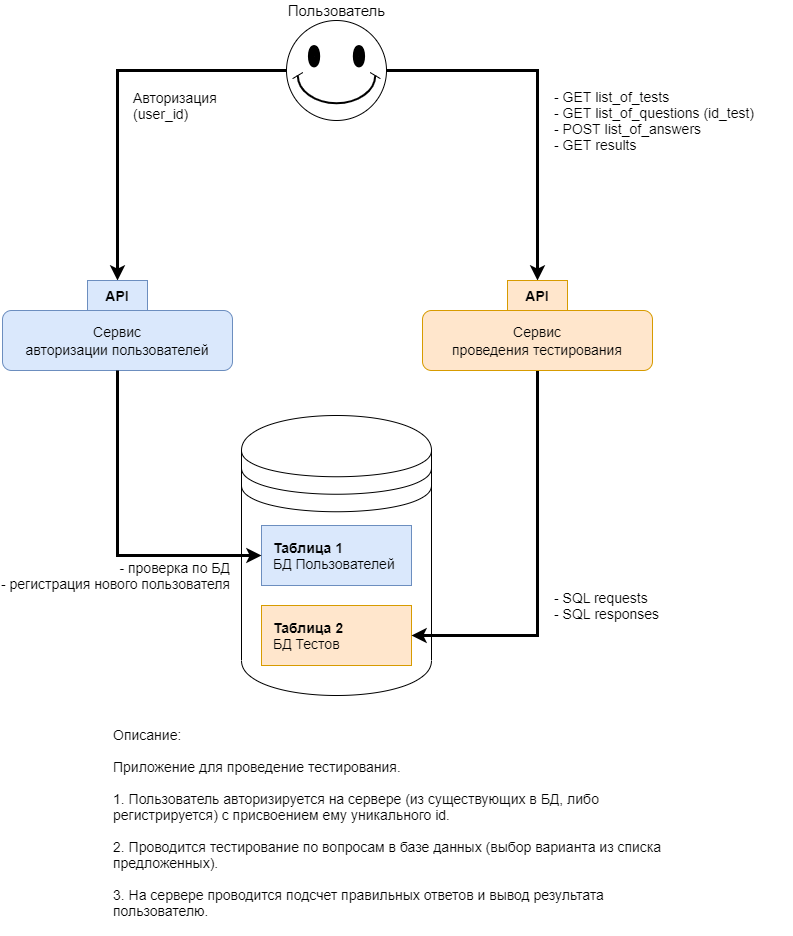
Above: images/diagram.png in konsta78/testing (draw.io), before the change. Source tidied: cells renumbered, new cells last; positions are measured from the earlier drawing's top-left corner, leaving out a move shared by most shapes.
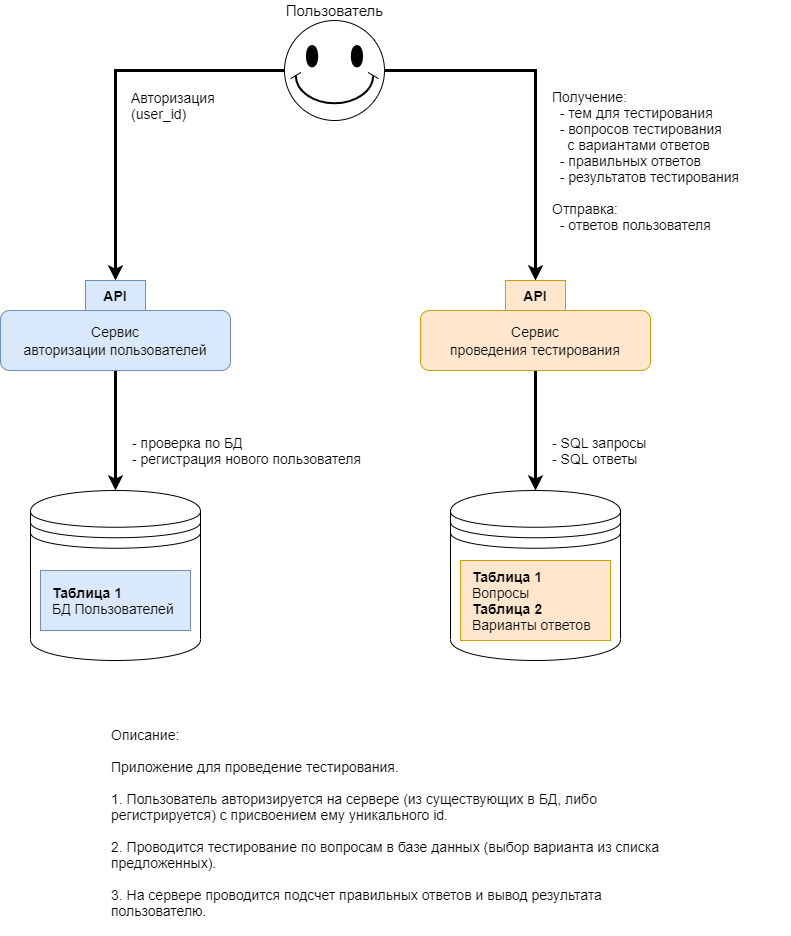
After the commit.

Commit message:
обновлена диаграмма программы

Diff of the diagram source:
```diff
@@ -2,6 +2,9 @@
   <root>
     <mxCell id="0" />
     <mxCell id="1" parent="0" />
+    <mxCell id="22" style="shape=datastore;whiteSpace=wrap;html=1;" parent="1" vertex="1">
+      <mxGeometry x="32" y="490" width="170" height="170" as="geometry" />
+    </mxCell>
     <mxCell id="2" style="edgeStyle=orthogonalEdgeStyle;rounded=0;jettySize=auto;html=1;exitX=0;exitY=0.5;exitDx=0;exitDy=0;exitPerimeter=0;entryX=0.5;entryY=0;entryDx=0;entryDy=0;strokeWidth=3;" parent="1" edge="1" source="4" target="13">
       <mxGeometry relative="1" as="geometry" />
     </mxCell>
@@ -11,6 +14,9 @@
     <mxCell id="4" style="verticalLabelPosition=bottom;verticalAlign=top;html=1;shape=mxgraph.basic.smiley;" parent="1" vertex="1">
       <mxGeometry x="286" y="20" width="100" height="100" as="geometry" />
     </mxCell>
+    <mxCell id="23" style="edgeStyle=orthogonalEdgeStyle;rounded=0;jettySize=auto;html=1;exitX=0.5;exitY=1;exitDx=0;exitDy=0;strokeWidth=3;" parent="1" edge="1" source="5" target="22">
+      <mxGeometry relative="1" as="geometry" />
+    </mxCell>
     <mxCell id="5" value="&lt;span style=&quot;font-size: 14px&quot;&gt;Сервис&lt;/span&gt;&lt;br style=&quot;font-size: 14px&quot;&gt;&lt;span style=&quot;font-size: 14px&quot;&gt;авторизации пользователей&lt;/span&gt;" style="rounded=1;whiteSpace=wrap;html=1;fillColor=#dae8fc;strokeColor=#6c8ebf;" parent="1" vertex="1">
       <mxGeometry x="2" y="310" width="230" height="60" as="geometry" />
     </mxCell>
@@ -18,19 +24,19 @@
       <mxGeometry x="281" width="110" height="20" as="geometry" />
     </mxCell>
     <mxCell id="7" style="shape=datastore;whiteSpace=wrap;html=1;" parent="1" vertex="1">
-      <mxGeometry x="241" y="415" width="190" height="280" as="geometry" />
+      <mxGeometry x="452" y="490" width="170" height="170" as="geometry" />
     </mxCell>
     <mxCell id="8" style="rounded=0;whiteSpace=wrap;html=1;fillColor=#dae8fc;strokeColor=#6c8ebf;" parent="1" vertex="1">
-      <mxGeometry x="261" y="525" width="150" height="60" as="geometry" />
+      <mxGeometry x="42" y="570" width="150" height="60" as="geometry" />
     </mxCell>
     <mxCell id="9" value="&lt;div style=&quot;font-size: 14px&quot;&gt;&lt;span&gt;&lt;b&gt;&lt;font style=&quot;font-size: 14px&quot;&gt;Таблица 1&lt;/font&gt;&lt;/b&gt;&lt;/span&gt;&lt;/div&gt;&lt;div style=&quot;font-size: 14px&quot;&gt;&lt;span&gt;&lt;font style=&quot;font-size: 14px&quot;&gt;БД Пользователей&lt;/font&gt;&lt;/span&gt;&lt;/div&gt;" style="text;html=1;strokeColor=none;fillColor=none;align=left;verticalAlign=middle;whiteSpace=wrap;rounded=0;" parent="1" vertex="1">
-      <mxGeometry x="271" y="535" width="130" height="40" as="geometry" />
+      <mxGeometry x="52" y="580" width="130" height="40" as="geometry" />
     </mxCell>
     <mxCell id="10" style="rounded=0;whiteSpace=wrap;html=1;fillColor=#ffe6cc;strokeColor=#d79b00;" parent="1" vertex="1">
-      <mxGeometry x="261" y="605" width="150" height="60" as="geometry" />
+      <mxGeometry x="462" y="560" width="150" height="80" as="geometry" />
     </mxCell>
-    <mxCell id="11" value="&lt;div style=&quot;font-size: 14px&quot;&gt;&lt;span&gt;&lt;b&gt;&lt;font style=&quot;font-size: 14px&quot;&gt;Таблица 2&lt;/font&gt;&lt;/b&gt;&lt;/span&gt;&lt;/div&gt;&lt;div style=&quot;font-size: 14px&quot;&gt;&lt;span&gt;&lt;font style=&quot;font-size: 14px&quot;&gt;БД Тестов&lt;/font&gt;&lt;/span&gt;&lt;/div&gt;" style="text;html=1;strokeColor=none;fillColor=none;align=left;verticalAlign=middle;whiteSpace=wrap;rounded=0;" parent="1" vertex="1">
-      <mxGeometry x="271" y="615" width="130" height="40" as="geometry" />
+    <mxCell id="11" value="&lt;div style=&quot;font-size: 14px&quot;&gt;&lt;span&gt;&lt;b&gt;&lt;font style=&quot;font-size: 14px&quot;&gt;Таблица 1&lt;/font&gt;&lt;/b&gt;&lt;/span&gt;&lt;/div&gt;&lt;div style=&quot;font-size: 14px&quot;&gt;Вопросы&lt;/div&gt;&lt;div style=&quot;font-size: 14px&quot;&gt;&lt;div&gt;&lt;b&gt;Таблица 2&lt;/b&gt;&lt;/div&gt;&lt;div&gt;Варианты ответов&lt;/div&gt;&lt;/div&gt;" style="text;html=1;strokeColor=none;fillColor=none;align=left;verticalAlign=middle;whiteSpace=wrap;rounded=0;" parent="1" vertex="1">
+      <mxGeometry x="472" y="565" width="130" height="70" as="geometry" />
     </mxCell>
     <mxCell id="12" value="&lt;span style=&quot;font-size: 14px&quot;&gt;Описание:&lt;br&gt;&lt;br&gt;Приложение для проведение тестирования. &lt;br&gt;&lt;br&gt;1. Пользователь авторизируется на сервере (из существующих в БД, либо регистрируется) с присвоением ему уникального id.&lt;br&gt;&lt;br&gt;2. Проводится тестирование по вопросам в базе данных (выбор варианта из списка предложенных).&amp;nbsp;&lt;br&gt;&lt;br&gt;3. На сервере проводится подсчет правильных ответов и вывод результата пользователю.&lt;br&gt;&lt;br&gt;&lt;/span&gt;" style="text;html=1;strokeColor=none;fillColor=none;align=left;verticalAlign=top;whiteSpace=wrap;rounded=0;" parent="1" vertex="1">
       <mxGeometry x="111" y="720" width="570" height="210" as="geometry" />
@@ -38,29 +44,26 @@
     <mxCell id="13" value="&lt;font style=&quot;font-size: 14px&quot;&gt;&lt;b&gt;API&lt;/b&gt;&lt;/font&gt;" style="rounded=0;whiteSpace=wrap;html=1;fillColor=#dae8fc;strokeColor=#6c8ebf;" parent="1" vertex="1">
       <mxGeometry x="87" y="280" width="60" height="30" as="geometry" />
     </mxCell>
-    <mxCell id="14" style="edgeStyle=orthogonalEdgeStyle;rounded=0;jettySize=auto;html=1;exitX=0.5;exitY=1;exitDx=0;exitDy=0;entryX=1;entryY=0.5;entryDx=0;entryDy=0;strokeWidth=3;" parent="1" edge="1" source="15" target="10">
-      <mxGeometry relative="1" as="geometry" />
-    </mxCell>
+    <mxCell id="24" style="edgeStyle=orthogonalEdgeStyle;rounded=0;jettySize=auto;html=1;exitX=0.5;exitY=1;exitDx=0;exitDy=0;entryX=0.5;entryY=0;entryDx=0;entryDy=0;strokeWidth=3;" parent="1" edge="1" source="15" target="7">
+      <mxGeometry relative="1" as="geometry" />
+    </mxCell>
     <mxCell id="15" value="&lt;span style=&quot;font-size: 14px&quot;&gt;Сервис&lt;/span&gt;&lt;br style=&quot;font-size: 14px&quot;&gt;&lt;span style=&quot;font-size: 14px&quot;&gt;проведения тестирования&lt;/span&gt;" style="rounded=1;whiteSpace=wrap;html=1;fillColor=#ffe6cc;strokeColor=#d79b00;" parent="1" vertex="1">
       <mxGeometry x="422" y="310" width="230" height="60" as="geometry" />
     </mxCell>
     <mxCell id="16" value="&lt;font style=&quot;font-size: 14px&quot;&gt;&lt;b&gt;API&lt;/b&gt;&lt;/font&gt;" style="rounded=0;whiteSpace=wrap;html=1;fillColor=#ffe6cc;strokeColor=#d79b00;" parent="1" vertex="1">
       <mxGeometry x="507" y="280" width="60" height="30" as="geometry" />
     </mxCell>
-    <mxCell id="17" style="edgeStyle=orthogonalEdgeStyle;rounded=0;jettySize=auto;html=1;exitX=0.5;exitY=1;exitDx=0;exitDy=0;entryX=0;entryY=0.5;entryDx=0;entryDy=0;strokeWidth=3;" parent="1" edge="1" source="5" target="8">
-      <mxGeometry relative="1" as="geometry" />
-    </mxCell>
     <mxCell id="18" value="&lt;font style=&quot;font-size: 14px&quot;&gt;Авторизация (user_id)&lt;br&gt;&lt;/font&gt;" style="text;html=1;strokeColor=none;fillColor=none;align=left;verticalAlign=middle;whiteSpace=wrap;rounded=0;" parent="1" vertex="1">
       <mxGeometry x="131" y="80" width="121" height="50" as="geometry" />
     </mxCell>
-    <mxCell id="19" value="&lt;div style=&quot;font-size: 14px&quot;&gt;- проверка по БД&lt;/div&gt;&lt;div style=&quot;font-size: 14px&quot;&gt;- регистрация нового пользователя&lt;/div&gt;" style="text;html=1;strokeColor=none;fillColor=none;align=right;verticalAlign=middle;whiteSpace=wrap;rounded=0;" parent="1" vertex="1">
-      <mxGeometry y="545" width="232" height="60" as="geometry" />
+    <mxCell id="19" value="&lt;div style=&quot;font-size: 14px&quot;&gt;- проверка по БД&lt;/div&gt;&lt;div style=&quot;font-size: 14px&quot;&gt;- регистрация нового пользователя&lt;/div&gt;" style="text;html=1;strokeColor=none;fillColor=none;align=left;verticalAlign=middle;whiteSpace=wrap;rounded=0;" parent="1" vertex="1">
+      <mxGeometry x="132" y="420" width="232" height="60" as="geometry" />
     </mxCell>
-    <mxCell id="20" value="&lt;font style=&quot;font-size: 14px&quot;&gt;- GET list_of_tests&lt;br&gt;- GET list_of_questions (id_test)&lt;br&gt;- POST list_of_answers&lt;br&gt;- GET results&lt;br&gt;&lt;/font&gt;" style="text;html=1;strokeColor=none;fillColor=none;align=left;verticalAlign=middle;whiteSpace=wrap;rounded=0;" parent="1" vertex="1">
-      <mxGeometry x="552" y="80" width="240" height="80" as="geometry" />
+    <mxCell id="20" value="&lt;font style=&quot;font-size: 14px&quot;&gt;Получение:&lt;br&gt;&amp;nbsp; - тем для тестирования&lt;br&gt;&amp;nbsp; - вопросов тестирования&lt;br&gt;&amp;nbsp; &amp;nbsp; с вариантами ответов&lt;br&gt;&amp;nbsp; - правильных ответов&lt;br&gt;&amp;nbsp; - результатов тестирования&lt;br&gt;&lt;br&gt;Отправка:&lt;br&gt;&amp;nbsp; - ответов пользователя&lt;br&gt;&lt;/font&gt;" style="text;html=1;strokeColor=none;fillColor=none;align=left;verticalAlign=middle;whiteSpace=wrap;rounded=0;" parent="1" vertex="1">
+      <mxGeometry x="552" y="80" width="240" height="160" as="geometry" />
     </mxCell>
-    <mxCell id="21" value="&lt;font style=&quot;font-size: 14px&quot;&gt;- SQL&amp;nbsp;requests&lt;br&gt;- SQL responses&lt;br&gt;&lt;/font&gt;" style="text;html=1;strokeColor=none;fillColor=none;align=left;verticalAlign=middle;whiteSpace=wrap;rounded=0;" parent="1" vertex="1">
-      <mxGeometry x="552" y="585" width="120" height="40" as="geometry" />
+    <mxCell id="21" value="&lt;font style=&quot;font-size: 14px&quot;&gt;- SQL&amp;nbsp;запросы&lt;br&gt;- SQL ответы&lt;br&gt;&lt;/font&gt;" style="text;html=1;strokeColor=none;fillColor=none;align=left;verticalAlign=middle;whiteSpace=wrap;rounded=0;" parent="1" vertex="1">
+      <mxGeometry x="552" y="430" width="120" height="40" as="geometry" />
     </mxCell>
   </root>
 </mxGraphModel>
```
